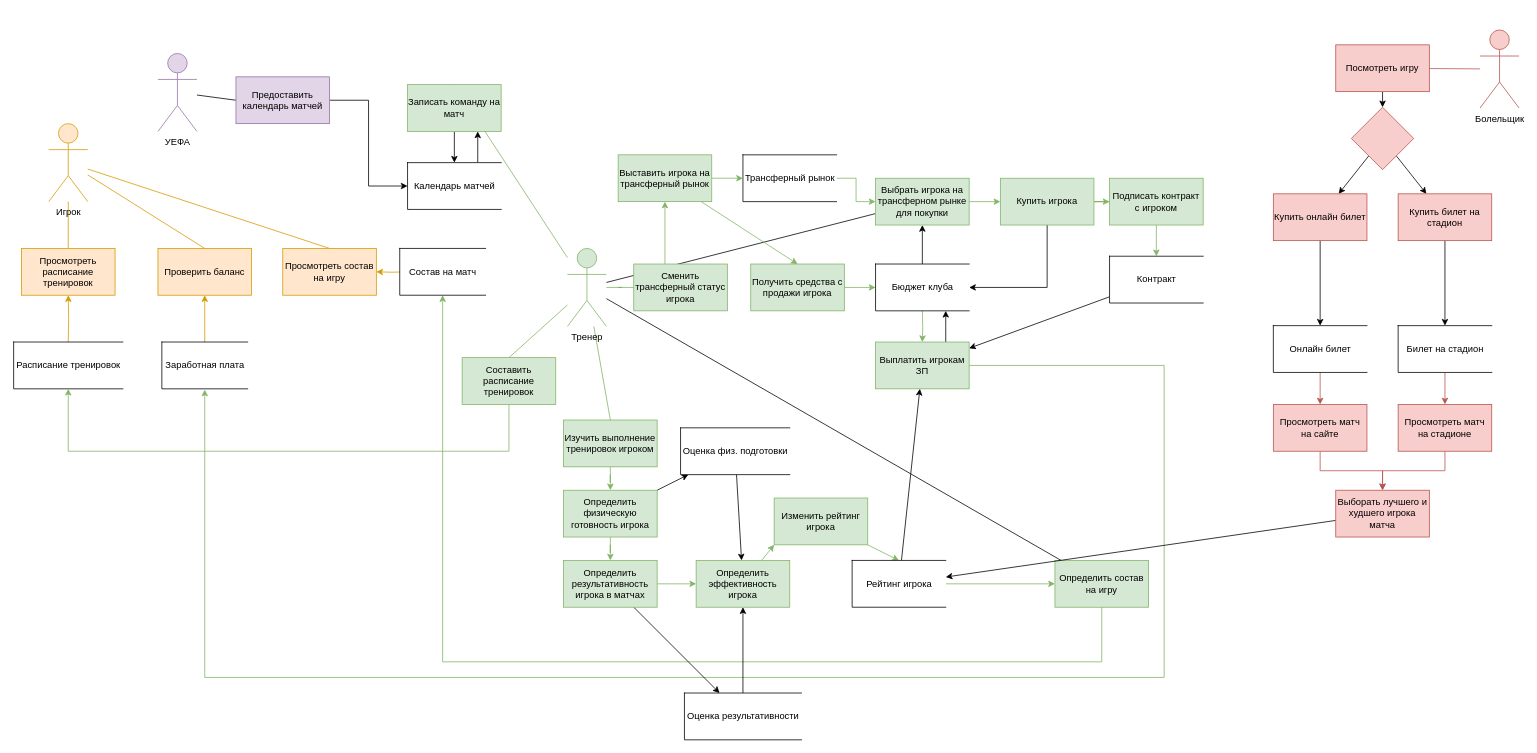
This is DFD Diagramm.drawio from Alexsander996/football, a draw.io file, before an edit. Source tidied: cells renumbered, new cells numbered last; positions are measured from the earlier drawing's top-left corner, leaving out a move shared by most shapes. Both pictures are drawn from the tidied source at 78%, with x=0, y=0 at pixel (13, 30).
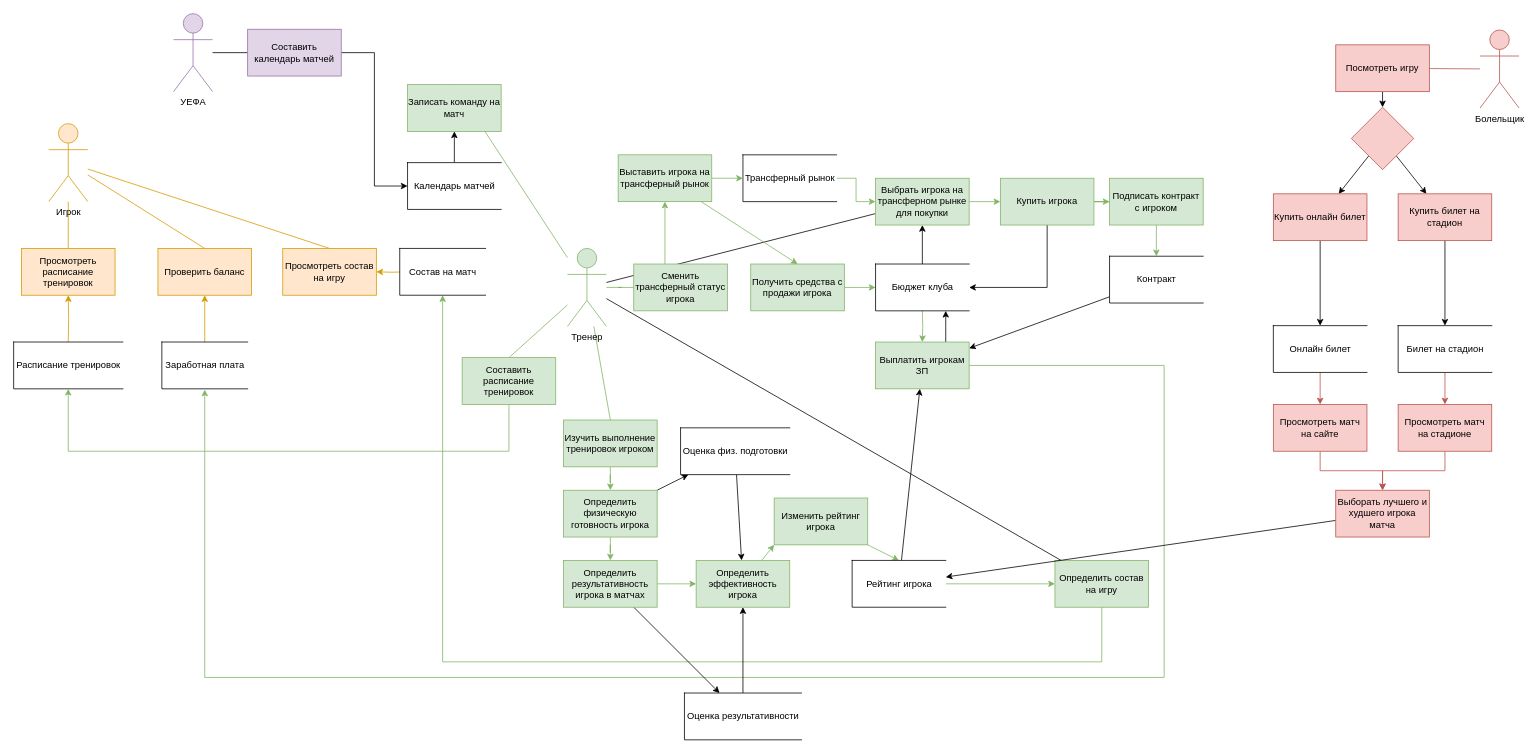
Above is the later version.

Unchanged cells that the change refers to:
```xml
<mxCell id="26" value="Записать команду на матч" style="rounded=0;whiteSpace=wrap;html=1;fillColor=#d5e8d4;strokeColor=#82b366;" parent="1" vertex="1">
  <mxGeometry x="505" y="70" width="120" height="60" as="geometry" />
</mxCell>
<mxCell id="56" value="Календарь матчей" style="html=1;dashed=0;whitespace=wrap;shape=partialRectangle;right=0;" parent="1" vertex="1">
  <mxGeometry x="505" y="170" width="120" height="60" as="geometry" />
</mxCell>
```

The edit, as a diff of the source:
```diff
@@
-    <mxCell id="25" style="edgeStyle=orthogonalEdgeStyle;rounded=0;jettySize=auto;html=1;entryX=0.5;entryY=0;entryDx=0;entryDy=0;endArrow=classic;endFill=1;" parent="1" edge="1" source="26" target="56">
-      <mxGeometry relative="1" as="geometry" />
-    </mxCell>
@@
-    <mxCell id="55" style="edgeStyle=orthogonalEdgeStyle;rounded=0;jettySize=auto;html=1;entryX=0.75;entryY=1;entryDx=0;entryDy=0;endArrow=classic;endFill=1;" parent="1" edge="1" source="56" target="26">
-      <mxGeometry relative="1" as="geometry">
-        <Array as="points">
-          <mxPoint x="595" y="160" />
-          <mxPoint x="595" y="160" />
-        </Array>
-      </mxGeometry>
+    <mxCell id="55" style="edgeStyle=orthogonalEdgeStyle;rounded=0;jettySize=auto;html=1;endArrow=classic;endFill=1;entryX=0.5;entryY=1;entryDx=0;entryDy=0;" parent="1" edge="1" source="56" target="26">
+      <mxGeometry relative="1" as="geometry" />
     </mxCell>
@@
-    <mxCell id="94" style="rounded=0;jettySize=auto;html=1;entryX=0;entryY=0.5;entryDx=0;entryDy=0;endArrow=none;endFill=0;" parent="1" edge="1" source="95" target="97">
-      <mxGeometry relative="1" as="geometry" />
-    </mxCell>
+    <mxCell id="98" style="edgeStyle=orthogonalEdgeStyle;rounded=0;jettySize=auto;html=1;entryX=0;entryY=0.5;entryDx=0;entryDy=0;endArrow=none;endFill=0;" parent="1" edge="1" source="95" target="99">
+      <mxGeometry relative="1" as="geometry" />
+    </mxCell>
     <mxCell id="95" value="УЕФА" style="shape=umlActor;verticalLabelPosition=bottom;verticalAlign=top;html=1;outlineConnect=0;fillColor=#e1d5e7;strokeColor=#9673a6;" parent="1" vertex="1">
-      <mxGeometry x="185" y="30" width="50" height="100" as="geometry" />
+      <mxGeometry x="205" y="-21" width="50" height="100" as="geometry" />
     </mxCell>
-    <mxCell id="96" style="edgeStyle=orthogonalEdgeStyle;rounded=0;jettySize=auto;html=1;entryX=0;entryY=0.5;entryDx=0;entryDy=0;endArrow=classic;endFill=1;" parent="1" edge="1" source="97" target="56">
+    <mxCell id="96" style="edgeStyle=orthogonalEdgeStyle;rounded=0;jettySize=auto;html=1;entryX=0;entryY=0.5;entryDx=0;entryDy=0;endArrow=classic;endFill=1;exitX=1;exitY=0.5;exitDx=0;exitDy=0;" parent="1" edge="1" source="99" target="56">
       <mxGeometry relative="1" as="geometry" />
     </mxCell>
-    <mxCell id="97" value="Предоставить календарь матчей" style="rounded=0;whiteSpace=wrap;html=1;fillColor=#e1d5e7;strokeColor=#9673a6;" parent="1" vertex="1">
-      <mxGeometry x="285" y="60" width="120" height="60" as="geometry" />
-    </mxCell>
+    <mxCell id="99" value="Составить календарь матчей" style="rounded=0;whiteSpace=wrap;html=1;fillColor=#e1d5e7;strokeColor=#9673a6;" parent="1" vertex="1">
+      <mxGeometry x="300" y="-1" width="120" height="60" as="geometry" />
+    </mxCell>
```
